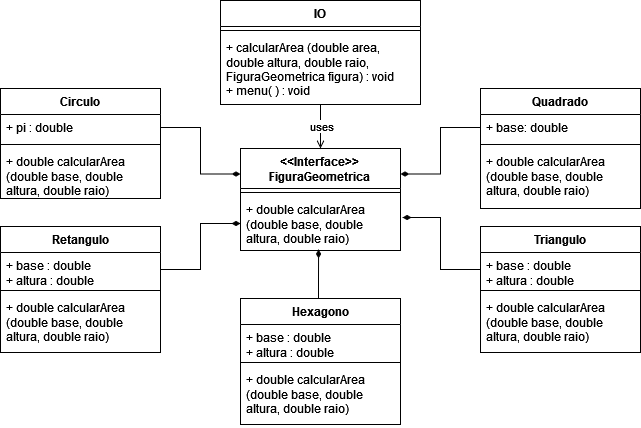
Before: image/uml.png, a diagram exported from draw.io (isa-ntana/FiguraGeometrica_Interface). Source tidied: cells renumbered, new cells last; positions are measured from the earlier drawing's top-left corner, leaving out a move shared by most shapes. The source it was exported from:
```xml
<mxGraphModel>
  <root>
    <mxCell id="0" />
    <mxCell id="1" parent="0" />
    <mxCell id="2" value="IO" style="swimlane;fontStyle=1;align=center;verticalAlign=top;horizontal=1;startSize=26;whiteSpace=wrap;html=1;" parent="1" vertex="1">
      <mxGeometry x="220" width="200" height="104" as="geometry" />
    </mxCell>
    <mxCell id="3" style="line;strokeWidth=1;fillColor=none;align=left;verticalAlign=middle;spacingTop=-1;spacingLeft=3;spacingRight=3;labelPosition=right;strokeColor=inherit;" parent="2" vertex="1">
      <mxGeometry y="26" width="200" height="8" as="geometry" />
    </mxCell>
    <mxCell id="4" value="&lt;div&gt;+ calcularArea (double area, double altura, double raio, FiguraGeometrica figura) : void&lt;/div&gt;&lt;div&gt;+ menu( ) : void&lt;br&gt;&lt;/div&gt;" style="text;strokeColor=none;fillColor=none;align=left;verticalAlign=top;spacingLeft=4;spacingRight=4;overflow=hidden;points=[[0,0.5],[1,0.5]];portConstraint=eastwest;whiteSpace=wrap;html=1;" parent="2" vertex="1">
      <mxGeometry y="34" width="200" height="70" as="geometry" />
    </mxCell>
    <mxCell id="5" value="Triangulo" style="swimlane;fontStyle=1;align=center;verticalAlign=top;horizontal=1;startSize=26;whiteSpace=wrap;html=1;" parent="1" vertex="1">
      <mxGeometry x="480" y="226" width="160" height="126" as="geometry" />
    </mxCell>
    <mxCell id="6" value="&lt;div&gt;+ base : double&lt;/div&gt;&lt;div&gt;+ altura : double&lt;br&gt;&lt;/div&gt;" style="text;strokeColor=none;fillColor=none;align=left;verticalAlign=top;spacingLeft=4;spacingRight=4;overflow=hidden;points=[[0,0.5],[1,0.5]];portConstraint=eastwest;whiteSpace=wrap;html=1;" parent="5" vertex="1">
      <mxGeometry y="26" width="160" height="34" as="geometry" />
    </mxCell>
    <mxCell id="7" style="line;strokeWidth=1;fillColor=none;align=left;verticalAlign=middle;spacingTop=-1;spacingLeft=3;spacingRight=3;labelPosition=right;strokeColor=inherit;" parent="5" vertex="1">
      <mxGeometry y="60" width="160" height="8" as="geometry" />
    </mxCell>
    <mxCell id="8" value="+ double calcularArea (double base, double altura, double raio)" style="text;strokeColor=none;fillColor=none;align=left;verticalAlign=top;spacingLeft=4;spacingRight=4;overflow=hidden;whiteSpace=wrap;html=1;" parent="5" vertex="1">
      <mxGeometry y="68" width="160" height="58" as="geometry" />
    </mxCell>
    <mxCell id="9" value="&lt;div&gt;&amp;lt;&amp;lt;Interface&amp;gt;&amp;gt;&lt;/div&gt;&lt;div&gt;FiguraGeometrica&lt;br&gt;&lt;/div&gt;" style="swimlane;fontStyle=1;align=center;verticalAlign=top;horizontal=1;startSize=40;whiteSpace=wrap;html=1;" parent="1" vertex="1">
      <mxGeometry x="240" y="148" width="160" height="102" as="geometry" />
    </mxCell>
    <mxCell id="10" style="line;strokeWidth=1;fillColor=none;align=left;verticalAlign=middle;spacingTop=-1;spacingLeft=3;spacingRight=3;labelPosition=right;strokeColor=inherit;" parent="9" vertex="1">
      <mxGeometry y="40" width="160" height="8" as="geometry" />
    </mxCell>
    <mxCell id="11" value="+ double calcularArea (double base, double altura, double raio)" style="text;strokeColor=none;fillColor=none;align=left;verticalAlign=top;spacingLeft=4;spacingRight=4;overflow=hidden;points=[[0,0.5],[1,0.5]];portConstraint=eastwest;whiteSpace=wrap;html=1;" parent="9" vertex="1">
      <mxGeometry y="48" width="160" height="54" as="geometry" />
    </mxCell>
    <mxCell id="12" value="Quadrado" style="swimlane;fontStyle=1;align=center;verticalAlign=top;horizontal=1;startSize=26;whiteSpace=wrap;html=1;" parent="1" vertex="1">
      <mxGeometry x="480" y="88" width="160" height="120" as="geometry" />
    </mxCell>
    <mxCell id="13" value="+ base: double" style="text;strokeColor=none;fillColor=none;align=left;verticalAlign=top;spacingLeft=4;spacingRight=4;overflow=hidden;points=[[0,0.5],[1,0.5]];portConstraint=eastwest;whiteSpace=wrap;html=1;" parent="12" vertex="1">
      <mxGeometry y="26" width="160" height="26" as="geometry" />
    </mxCell>
    <mxCell id="14" style="line;strokeWidth=1;fillColor=none;align=left;verticalAlign=middle;spacingTop=-1;spacingLeft=3;spacingRight=3;labelPosition=right;strokeColor=inherit;" parent="12" vertex="1">
      <mxGeometry y="52" width="160" height="8" as="geometry" />
    </mxCell>
    <mxCell id="15" value="+ double calcularArea (double base, double altura, double raio)" style="text;strokeColor=none;fillColor=none;align=left;verticalAlign=top;spacingLeft=4;spacingRight=4;overflow=hidden;whiteSpace=wrap;html=1;" parent="12" vertex="1">
      <mxGeometry y="60" width="160" height="60" as="geometry" />
    </mxCell>
    <mxCell id="16" value="Circulo" style="swimlane;fontStyle=1;align=center;verticalAlign=top;horizontal=1;startSize=26;whiteSpace=wrap;html=1;" parent="1" vertex="1">
      <mxGeometry y="88" width="160" height="110" as="geometry" />
    </mxCell>
    <mxCell id="17" value="+ pi : double" style="text;strokeColor=none;fillColor=none;align=left;verticalAlign=top;spacingLeft=4;spacingRight=4;overflow=hidden;points=[[0,0.5],[1,0.5]];portConstraint=eastwest;whiteSpace=wrap;html=1;" parent="16" vertex="1">
      <mxGeometry y="26" width="160" height="26" as="geometry" />
    </mxCell>
    <mxCell id="18" style="line;strokeWidth=1;fillColor=none;align=left;verticalAlign=middle;spacingTop=-1;spacingLeft=3;spacingRight=3;labelPosition=right;strokeColor=inherit;" parent="16" vertex="1">
      <mxGeometry y="52" width="160" height="8" as="geometry" />
    </mxCell>
    <mxCell id="19" value="+ double calcularArea (double base, double altura, double raio)" style="text;strokeColor=none;fillColor=none;align=left;verticalAlign=top;spacingLeft=4;spacingRight=4;overflow=hidden;whiteSpace=wrap;html=1;" parent="16" vertex="1">
      <mxGeometry y="60" width="160" height="50" as="geometry" />
    </mxCell>
    <mxCell id="20" value="Retangulo" style="swimlane;fontStyle=1;align=center;verticalAlign=top;horizontal=1;startSize=26;whiteSpace=wrap;html=1;" parent="1" vertex="1">
      <mxGeometry y="226" width="160" height="126" as="geometry" />
    </mxCell>
    <mxCell id="21" value="&lt;div&gt;+ base : double&lt;/div&gt;&lt;div&gt;+ altura : double&lt;br&gt;&lt;/div&gt;" style="text;strokeColor=none;fillColor=none;align=left;verticalAlign=top;spacingLeft=4;spacingRight=4;overflow=hidden;points=[[0,0.5],[1,0.5]];portConstraint=eastwest;whiteSpace=wrap;html=1;" parent="20" vertex="1">
      <mxGeometry y="26" width="160" height="34" as="geometry" />
    </mxCell>
    <mxCell id="22" style="line;strokeWidth=1;fillColor=none;align=left;verticalAlign=middle;spacingTop=-1;spacingLeft=3;spacingRight=3;labelPosition=right;strokeColor=inherit;" parent="20" vertex="1">
      <mxGeometry y="60" width="160" height="8" as="geometry" />
    </mxCell>
    <mxCell id="23" value="+ double calcularArea (double base, double altura, double raio)" style="text;strokeColor=none;fillColor=none;align=left;verticalAlign=top;spacingLeft=4;spacingRight=4;overflow=hidden;whiteSpace=wrap;html=1;" parent="20" vertex="1">
      <mxGeometry y="68" width="160" height="58" as="geometry" />
    </mxCell>
    <mxCell id="24" value="Hexagono" style="swimlane;fontStyle=1;align=center;verticalAlign=top;horizontal=1;startSize=26;whiteSpace=wrap;html=1;" parent="1" vertex="1">
      <mxGeometry x="240" y="298" width="160" height="126" as="geometry" />
    </mxCell>
    <mxCell id="25" value="&lt;div&gt;+ base : double&lt;/div&gt;&lt;div&gt;+ altura : double&lt;br&gt;&lt;/div&gt;" style="text;strokeColor=none;fillColor=none;align=left;verticalAlign=top;spacingLeft=4;spacingRight=4;overflow=hidden;whiteSpace=wrap;html=1;" parent="24" vertex="1">
      <mxGeometry y="26" width="160" height="34" as="geometry" />
    </mxCell>
    <mxCell id="26" style="line;strokeWidth=1;fillColor=none;align=left;verticalAlign=middle;spacingTop=-1;spacingLeft=3;spacingRight=3;labelPosition=right;strokeColor=inherit;" parent="24" vertex="1">
      <mxGeometry y="60" width="160" height="8" as="geometry" />
    </mxCell>
    <mxCell id="27" value="+ double calcularArea (double base, double altura, double raio)" style="text;strokeColor=none;fillColor=none;align=left;verticalAlign=top;spacingLeft=4;spacingRight=4;overflow=hidden;whiteSpace=wrap;html=1;" parent="24" vertex="1">
      <mxGeometry y="68" width="160" height="58" as="geometry" />
    </mxCell>
    <mxCell id="28" style="edgeStyle=orthogonalEdgeStyle;rounded=0;jettySize=auto;html=1;entryX=0;entryY=0.25;entryDx=0;entryDy=0;endArrow=diamondThin;endFill=1;" parent="1" edge="1" source="17" target="9">
      <mxGeometry relative="1" as="geometry" />
    </mxCell>
    <mxCell id="29" style="edgeStyle=orthogonalEdgeStyle;rounded=0;jettySize=auto;html=1;entryX=1;entryY=0.25;entryDx=0;entryDy=0;endArrow=diamondThin;endFill=1;" parent="1" edge="1" source="13" target="9">
      <mxGeometry relative="1" as="geometry">
        <Array as="points">
          <mxPoint x="440" y="127" />
          <mxPoint x="440" y="174" />
        </Array>
      </mxGeometry>
    </mxCell>
    <mxCell id="30" style="edgeStyle=orthogonalEdgeStyle;rounded=0;jettySize=auto;html=1;entryX=1.013;entryY=0.389;entryDx=0;entryDy=0;entryPerimeter=0;endArrow=diamondThin;endFill=1;" parent="1" edge="1" source="6" target="11">
      <mxGeometry relative="1" as="geometry" />
    </mxCell>
    <mxCell id="31" style="edgeStyle=orthogonalEdgeStyle;rounded=0;jettySize=auto;html=1;entryX=0;entryY=0.5;entryDx=0;entryDy=0;endArrow=diamondThin;endFill=1;" parent="1" edge="1" source="21" target="11">
      <mxGeometry relative="1" as="geometry" />
    </mxCell>
    <mxCell id="32" style="edgeStyle=orthogonalEdgeStyle;rounded=0;jettySize=auto;html=1;entryX=0.488;entryY=0.981;entryDx=0;entryDy=0;entryPerimeter=0;endArrow=diamondThin;endFill=1;" parent="1" edge="1" source="24" target="11">
      <mxGeometry relative="1" as="geometry">
        <Array as="points">
          <mxPoint x="318" y="278" />
          <mxPoint x="318" y="278" />
        </Array>
      </mxGeometry>
    </mxCell>
    <mxCell id="33" style="edgeStyle=orthogonalEdgeStyle;rounded=0;jettySize=auto;html=1;exitX=0.5;exitY=1;exitDx=0;exitDy=0;entryX=0.5;entryY=0;entryDx=0;entryDy=0;exitPerimeter=0;endArrow=open;endFill=0;" parent="1" edge="1" source="4" target="9">
      <mxGeometry relative="1" as="geometry" />
    </mxCell>
    <mxCell id="34" value="uses" style="edgeLabel;html=1;align=center;verticalAlign=middle;" parent="33" vertex="1">
      <mxGeometry x="-0.05" relative="1" as="geometry" />
    </mxCell>
  </root>
</mxGraphModel>
```
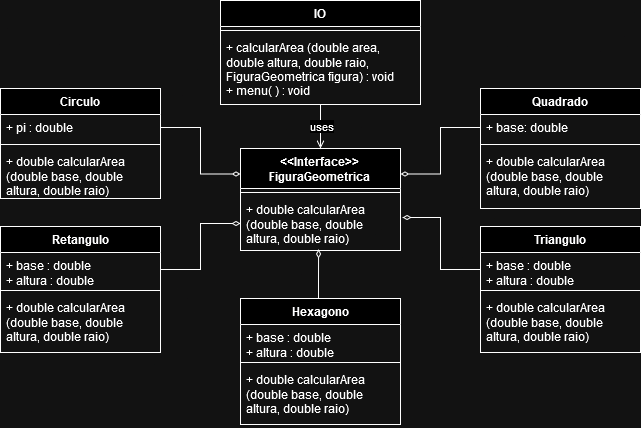
The same file after the commit.

Change to the diagram source:
```diff
@@ -80,10 +80,10 @@
     <mxCell id="27" value="+ double calcularArea (double base, double altura, double raio)" style="text;strokeColor=none;fillColor=none;align=left;verticalAlign=top;spacingLeft=4;spacingRight=4;overflow=hidden;whiteSpace=wrap;html=1;" parent="24" vertex="1">
       <mxGeometry y="68" width="160" height="58" as="geometry" />
     </mxCell>
-    <mxCell id="28" style="edgeStyle=orthogonalEdgeStyle;rounded=0;jettySize=auto;html=1;entryX=0;entryY=0.25;entryDx=0;entryDy=0;endArrow=diamondThin;endFill=1;" parent="1" edge="1" source="17" target="9">
+    <mxCell id="28" style="edgeStyle=orthogonalEdgeStyle;rounded=0;jettySize=auto;html=1;entryX=0;entryY=0.25;entryDx=0;entryDy=0;endArrow=diamondThin;endFill=0;" parent="1" edge="1" source="17" target="9">
       <mxGeometry relative="1" as="geometry" />
     </mxCell>
-    <mxCell id="29" style="edgeStyle=orthogonalEdgeStyle;rounded=0;jettySize=auto;html=1;entryX=1;entryY=0.25;entryDx=0;entryDy=0;endArrow=diamondThin;endFill=1;" parent="1" edge="1" source="13" target="9">
+    <mxCell id="29" style="edgeStyle=orthogonalEdgeStyle;rounded=0;jettySize=auto;html=1;entryX=1;entryY=0.25;entryDx=0;entryDy=0;endArrow=diamondThin;endFill=0;" parent="1" edge="1" source="13" target="9">
       <mxGeometry relative="1" as="geometry">
         <Array as="points">
           <mxPoint x="440" y="127" />
@@ -91,13 +91,13 @@
         </Array>
       </mxGeometry>
     </mxCell>
-    <mxCell id="30" style="edgeStyle=orthogonalEdgeStyle;rounded=0;jettySize=auto;html=1;entryX=1.013;entryY=0.389;entryDx=0;entryDy=0;entryPerimeter=0;endArrow=diamondThin;endFill=1;" parent="1" edge="1" source="6" target="11">
+    <mxCell id="30" style="edgeStyle=orthogonalEdgeStyle;rounded=0;jettySize=auto;html=1;entryX=1.013;entryY=0.389;entryDx=0;entryDy=0;entryPerimeter=0;endArrow=diamondThin;endFill=0;" parent="1" edge="1" source="6" target="11">
       <mxGeometry relative="1" as="geometry" />
     </mxCell>
-    <mxCell id="31" style="edgeStyle=orthogonalEdgeStyle;rounded=0;jettySize=auto;html=1;entryX=0;entryY=0.5;entryDx=0;entryDy=0;endArrow=diamondThin;endFill=1;" parent="1" edge="1" source="21" target="11">
+    <mxCell id="31" style="edgeStyle=orthogonalEdgeStyle;rounded=0;jettySize=auto;html=1;entryX=0;entryY=0.5;entryDx=0;entryDy=0;endArrow=diamondThin;endFill=0;" parent="1" edge="1" source="21" target="11">
       <mxGeometry relative="1" as="geometry" />
     </mxCell>
-    <mxCell id="32" style="edgeStyle=orthogonalEdgeStyle;rounded=0;jettySize=auto;html=1;entryX=0.488;entryY=0.981;entryDx=0;entryDy=0;entryPerimeter=0;endArrow=diamondThin;endFill=1;" parent="1" edge="1" source="24" target="11">
+    <mxCell id="32" style="edgeStyle=orthogonalEdgeStyle;rounded=0;jettySize=auto;html=1;entryX=0.488;entryY=0.981;entryDx=0;entryDy=0;entryPerimeter=0;endArrow=diamondThin;endFill=0;" parent="1" edge="1" source="24" target="11">
       <mxGeometry relative="1" as="geometry">
         <Array as="points">
           <mxPoint x="318" y="278" />
```
